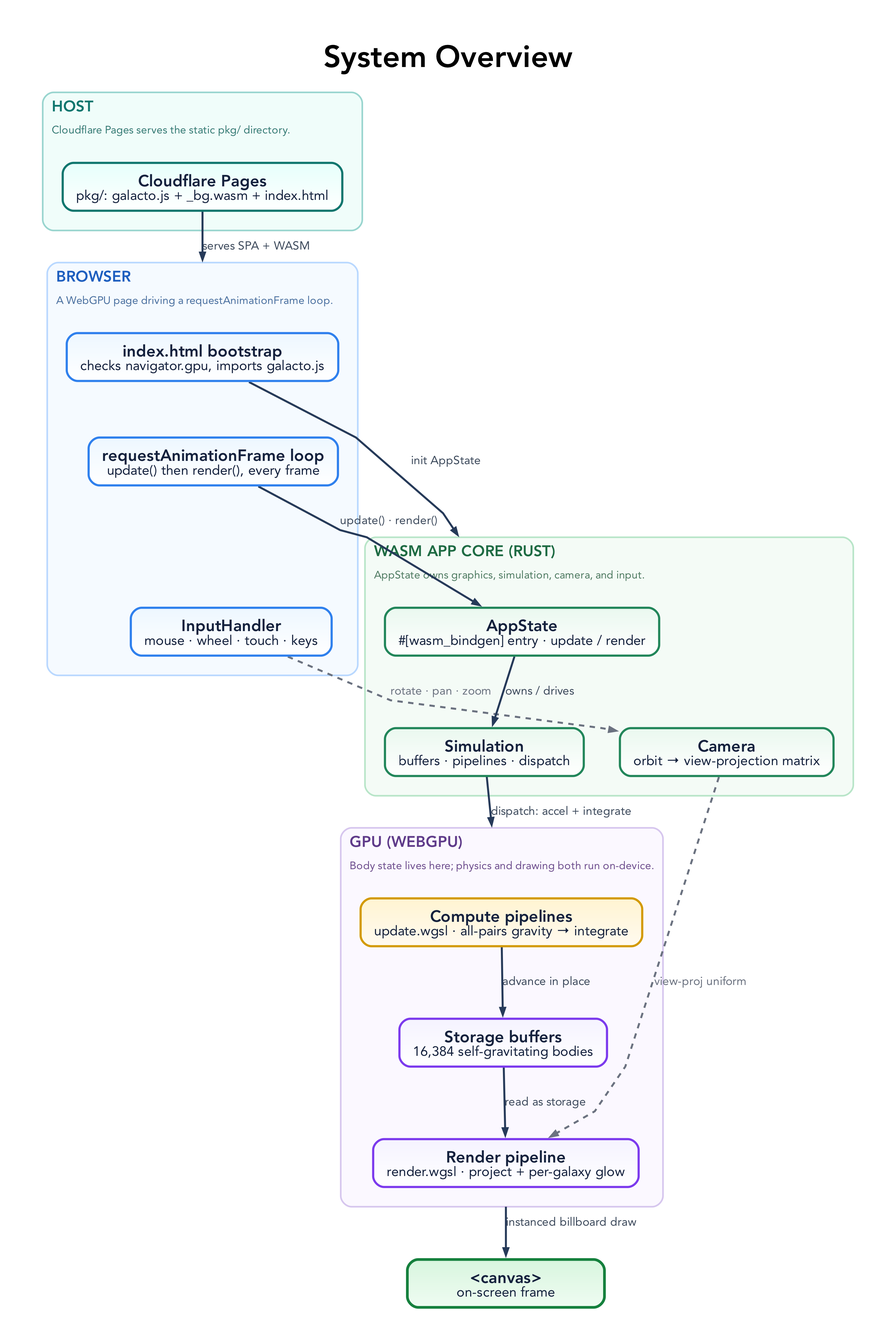
The Graphviz diagram docs/diagrams/system-overview.png in tre-systems/galacto, before a commit. Its source is kept beside it as docs/diagrams/system-overview.dot.
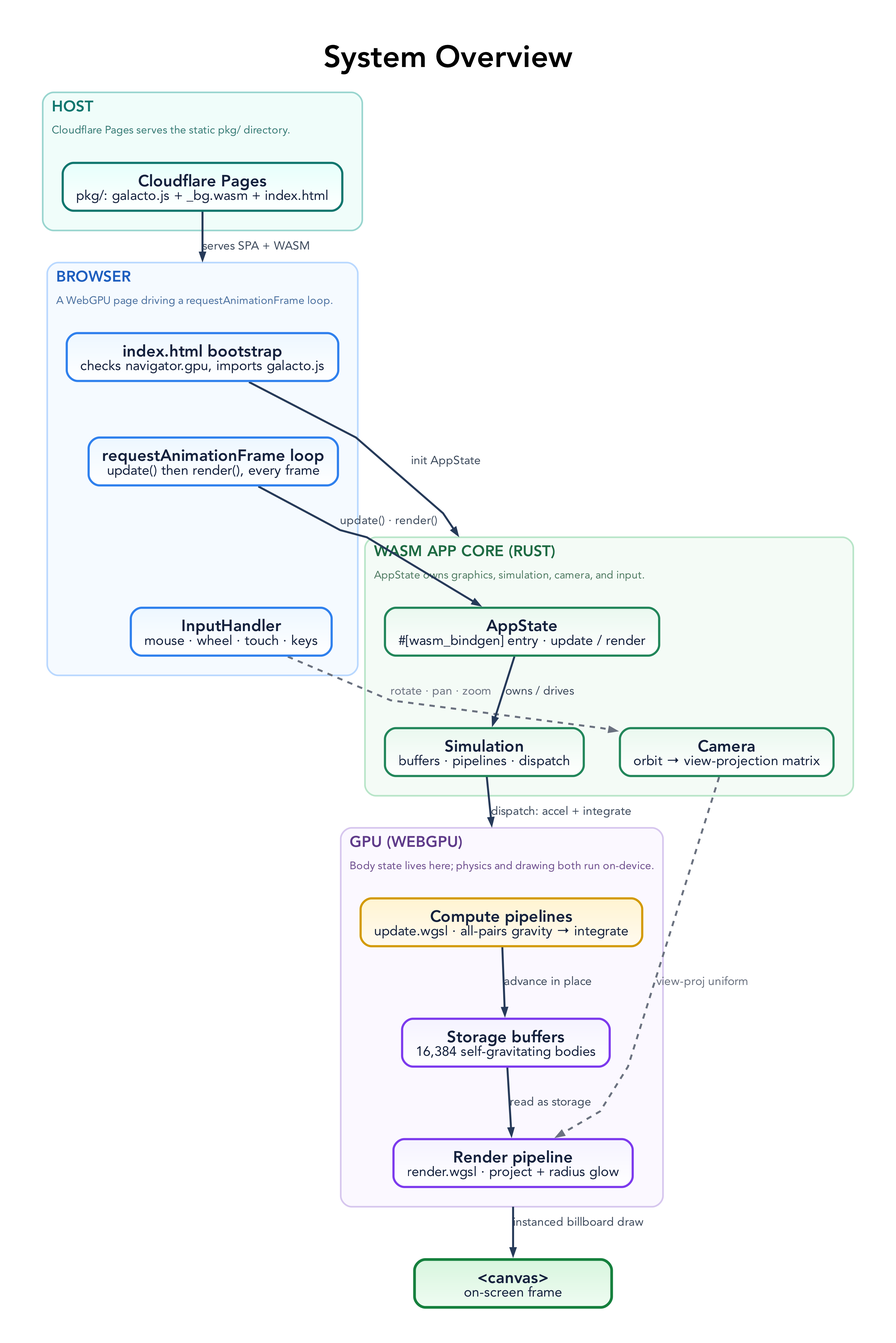
The same file after the commit.

The edit, as a diff of the source:
```diff
@@ -107,7 +107,7 @@
     ];
     G1 [label=<<B>Compute pipelines</B><BR/><FONT POINT-SIZE="15">update.wgsl · all-pairs gravity → integrate</FONT>>, fillcolor="#fff4d1:#fffaf0", color="#d39a00"];
     G2 [label=<<B>Storage buffers</B><BR/><FONT POINT-SIZE="15">16,384 self-gravitating bodies</FONT>>, fillcolor="#f5f3ff:#ffffff", color="#7c3aed"];
-    G3 [label=<<B>Render pipeline</B><BR/><FONT POINT-SIZE="15">render.wgsl · project + per-galaxy glow</FONT>>, fillcolor="#f5f3ff:#ffffff", color="#7c3aed"];
+    G3 [label=<<B>Render pipeline</B><BR/><FONT POINT-SIZE="15">render.wgsl · project + radius glow</FONT>>, fillcolor="#f5f3ff:#ffffff", color="#7c3aed"];
   }
 
   CANVAS [label=<<B>&lt;canvas&gt;</B><BR/><FONT POINT-SIZE="15">on-screen frame</FONT>>, fillcolor="#d8f5de:#effcf2", color="#15803d", penwidth=3.0];
```
